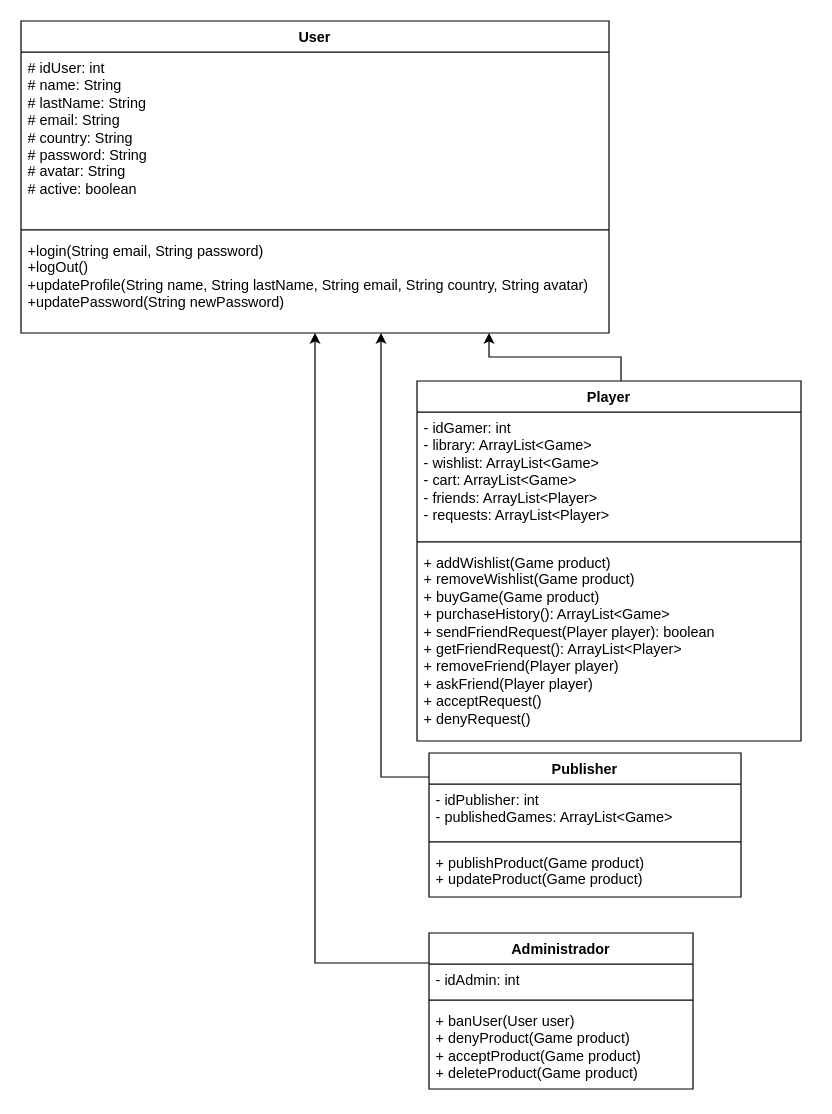
mauriloopezb17/WASD keeps this draw.io diagram as page "Página-1" (1 of 2) of diagramaClases.drawio. Above is the earlier version. Source tidied: cells renumbered, new cells numbered last; positions are measured from the earlier drawing's top-left corner, leaving out a move shared by most shapes. Both pictures are drawn from the tidied source at 120%, with x=0, y=0 at pixel (20, 20).
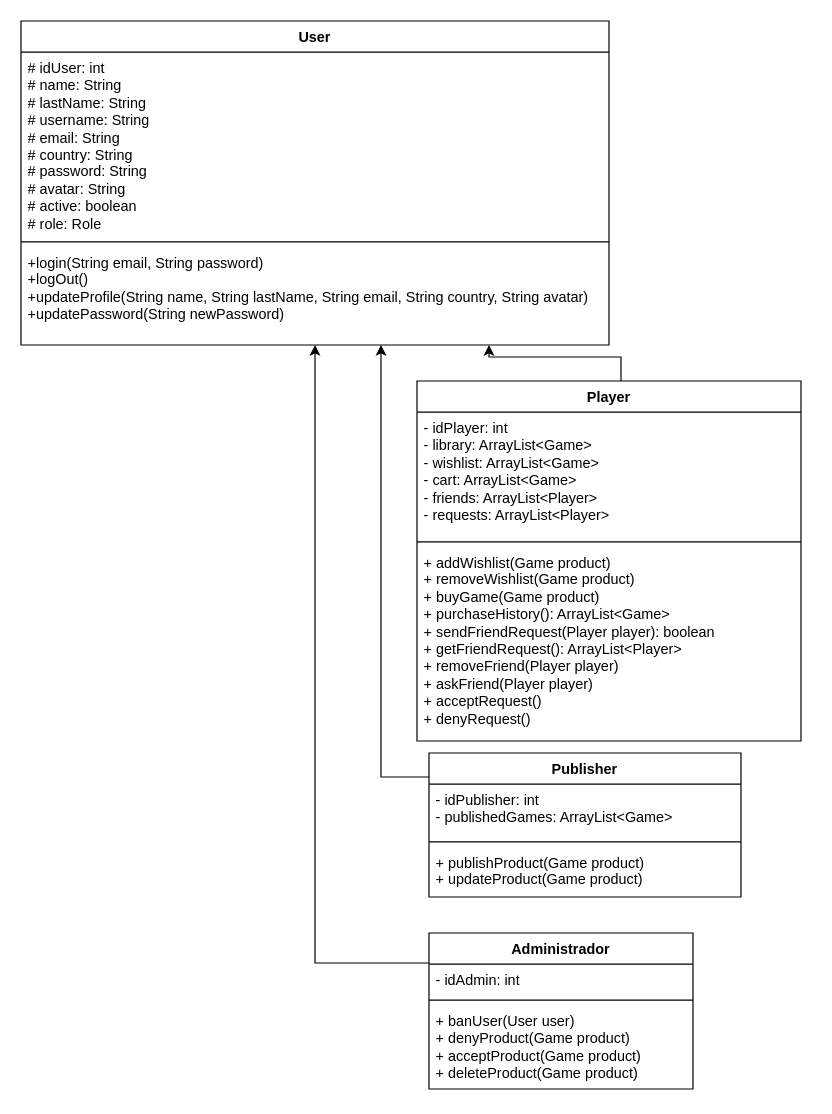
The same diagram, later.

The change refers to these unchanged cells:
```xml
<mxCell id="3" value="Player" style="swimlane;fontStyle=1;align=center;verticalAlign=top;horizontal=1;startSize=26;whiteSpace=wrap;html=1;" parent="1" vertex="1">
  <mxGeometry x="330" y="300" width="320" height="300" as="geometry" />
</mxCell>
```

What changed in the source:
```diff
@@
-    <mxCell id="4" value="- idGamer: int&lt;div&gt;- library: ArrayList&amp;lt;Game&amp;gt;&lt;div&gt;- wishlist: ArrayList&amp;lt;Game&amp;gt;&lt;/div&gt;&lt;/div&gt;&lt;div&gt;- cart: ArrayList&amp;lt;Game&amp;gt;&lt;/div&gt;&lt;div&gt;- friends: ArrayList&amp;lt;Player&amp;gt;&lt;/div&gt;&lt;div&gt;- requests: ArrayList&amp;lt;Player&amp;gt;&lt;/div&gt;&lt;div&gt;&lt;br&gt;&lt;/div&gt;&lt;div&gt;&lt;br&gt;&lt;/div&gt;" style="text;strokeColor=none;fillColor=none;align=left;verticalAlign=top;spacingLeft=4;spacingRight=4;overflow=hidden;whiteSpace=wrap;html=1;" parent="3" vertex="1">
+    <mxCell id="4" value="- idPlayer: int&lt;div&gt;- library: ArrayList&amp;lt;Game&amp;gt;&lt;div&gt;- wishlist: ArrayList&amp;lt;Game&amp;gt;&lt;/div&gt;&lt;/div&gt;&lt;div&gt;- cart: ArrayList&amp;lt;Game&amp;gt;&lt;/div&gt;&lt;div&gt;- friends: ArrayList&amp;lt;Player&amp;gt;&lt;/div&gt;&lt;div&gt;- requests: ArrayList&amp;lt;Player&amp;gt;&lt;/div&gt;&lt;div&gt;&lt;br&gt;&lt;/div&gt;&lt;div&gt;&lt;br&gt;&lt;/div&gt;" style="text;strokeColor=none;fillColor=none;align=left;verticalAlign=top;spacingLeft=4;spacingRight=4;overflow=hidden;whiteSpace=wrap;html=1;" parent="3" vertex="1">
       <mxGeometry y="26" width="320" height="104" as="geometry" />
     </mxCell>
@@
     <mxCell id="8" value="&lt;div&gt;User&lt;/div&gt;" style="swimlane;fontStyle=1;align=center;verticalAlign=top;horizontal=1;startSize=26;whiteSpace=wrap;html=1;" parent="1" vertex="1">
-      <mxGeometry width="490" height="260" as="geometry" />
+      <mxGeometry width="490" height="270" as="geometry" />
     </mxCell>
-    <mxCell id="9" value="# idUser: int&amp;nbsp;&lt;div&gt;# name: String&lt;div&gt;# lastName: String&lt;/div&gt;&lt;div&gt;# email: String&lt;/div&gt;&lt;div&gt;# country: String&lt;/div&gt;&lt;div&gt;# password: String&lt;/div&gt;&lt;div&gt;# avatar: String&lt;/div&gt;&lt;div&gt;# active: boolean&lt;/div&gt;&lt;div&gt;&lt;div&gt;&lt;br&gt;&lt;/div&gt;&lt;/div&gt;&lt;/div&gt;" style="text;strokeColor=none;fillColor=none;align=left;verticalAlign=top;spacingLeft=4;spacingRight=4;overflow=hidden;whiteSpace=wrap;html=1;" parent="8" vertex="1">
-      <mxGeometry y="26" width="490" height="144" as="geometry" />
+    <mxCell id="9" value="# idUser: int&amp;nbsp;&lt;div&gt;# name: String&lt;div&gt;# lastName: String&lt;/div&gt;&lt;div&gt;# username: String&lt;/div&gt;&lt;div&gt;# email: String&lt;/div&gt;&lt;div&gt;# country: String&lt;/div&gt;&lt;div&gt;# password: String&lt;/div&gt;&lt;div&gt;# avatar: String&lt;/div&gt;&lt;div&gt;# active: boolean&lt;/div&gt;&lt;div&gt;# role: Role&lt;/div&gt;&lt;div&gt;&lt;div&gt;&lt;br&gt;&lt;/div&gt;&lt;/div&gt;&lt;/div&gt;" style="text;strokeColor=none;fillColor=none;align=left;verticalAlign=top;spacingLeft=4;spacingRight=4;overflow=hidden;whiteSpace=wrap;html=1;" parent="8" vertex="1">
+      <mxGeometry y="26" width="490" height="154" as="geometry" />
     </mxCell>
     <mxCell id="10" style="line;strokeWidth=1;fillColor=none;align=left;verticalAlign=middle;spacingTop=-1;spacingLeft=3;spacingRight=3;labelPosition=right;strokeColor=inherit;" parent="8" vertex="1">
-      <mxGeometry y="170" width="490" height="8" as="geometry" />
+      <mxGeometry y="180" width="490" height="8" as="geometry" />
     </mxCell>
     <mxCell id="11" value="+login(String email, String password)&lt;div&gt;+logOut()&lt;/div&gt;&lt;div&gt;+updateProfile(String name, String lastName, String email, String country, String avatar)&lt;/div&gt;&lt;div&gt;+updatePassword(String newPassword)&lt;/div&gt;" style="text;strokeColor=none;fillColor=none;align=left;verticalAlign=top;spacingLeft=4;spacingRight=4;overflow=hidden;whiteSpace=wrap;html=1;" parent="8" vertex="1">
-      <mxGeometry y="178" width="490" height="82" as="geometry" />
+      <mxGeometry y="188" width="490" height="82" as="geometry" />
     </mxCell>
```
